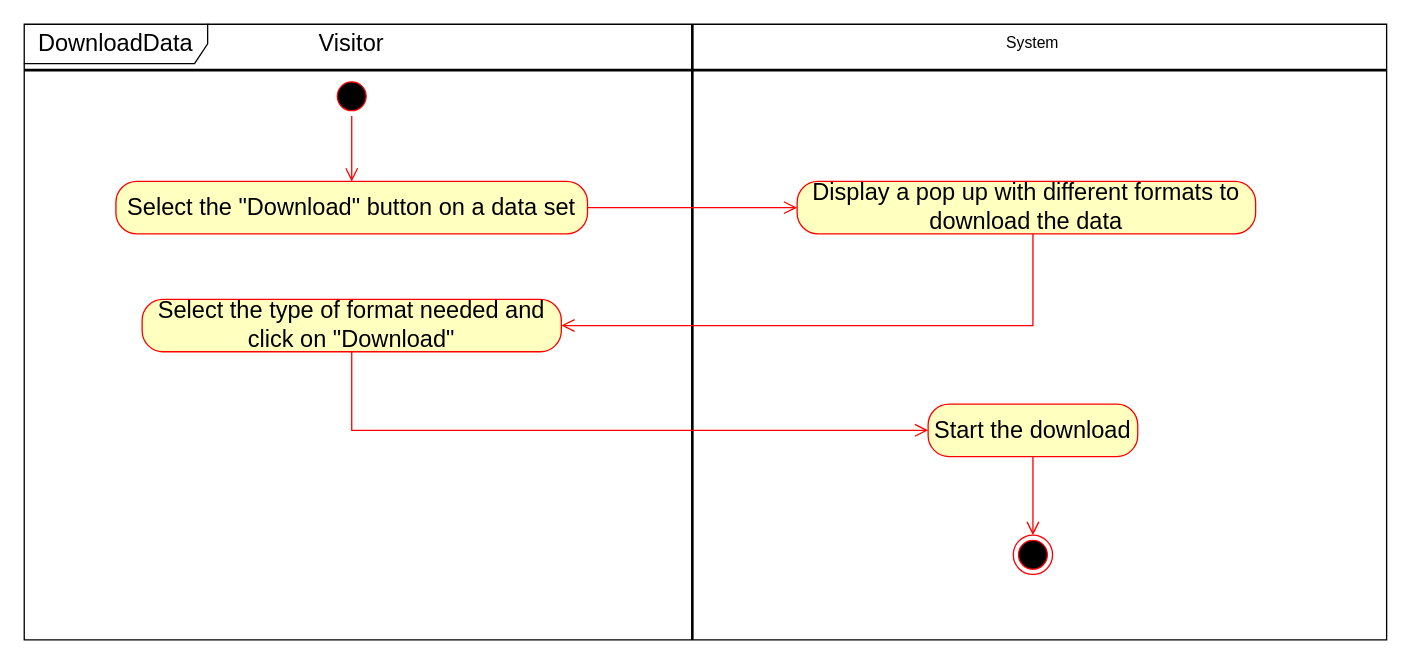
The draw.io diagram page "DownloadData" (1 of 3) of Use cases diagram/Visitor.drawio in matteovisotto/SE2-CecchettoSirianiVisotto, before the edit. Source tidied: cells renumbered, new cells numbered last; positions are measured from the earlier drawing's top-left corner, leaving out a move shared by most shapes. Both pictures are drawn from the tidied source at 131%, with x=0, y=0 at pixel (24, 24).
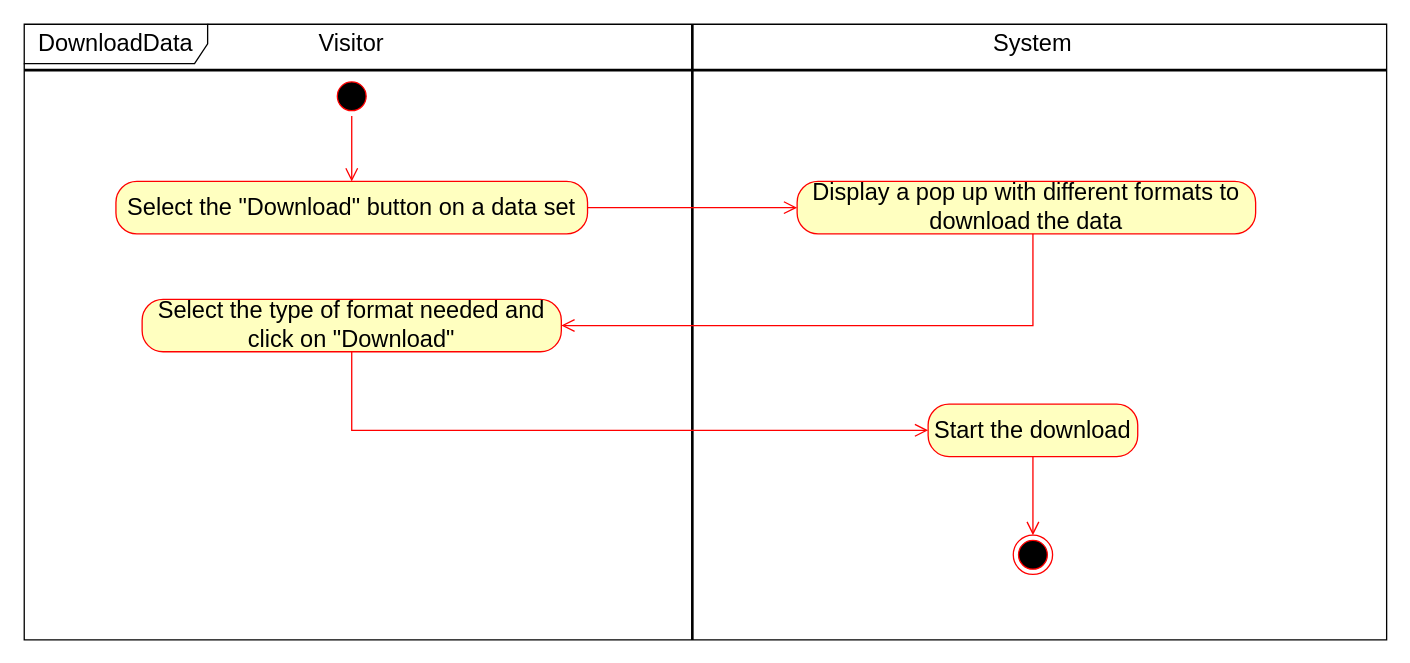
The same page after the edit.

Commit message (it also covers changes not shown here):
Update activity diagrams.

Change to the diagram source:
```diff
@@
-    <mxCell id="9" value="System" style="text;html=1;strokeColor=none;fillColor=none;align=center;verticalAlign=middle;whiteSpace=wrap;rounded=0;" parent="1" vertex="1">
+    <mxCell id="9" value="&lt;font style=&quot;font-size: 18px&quot;&gt;System&lt;/font&gt;" style="text;html=1;strokeColor=none;fillColor=none;align=center;verticalAlign=middle;whiteSpace=wrap;rounded=0;" parent="1" vertex="1">
       <mxGeometry x="740" width="60" height="30" as="geometry" />
     </mxCell>
```
